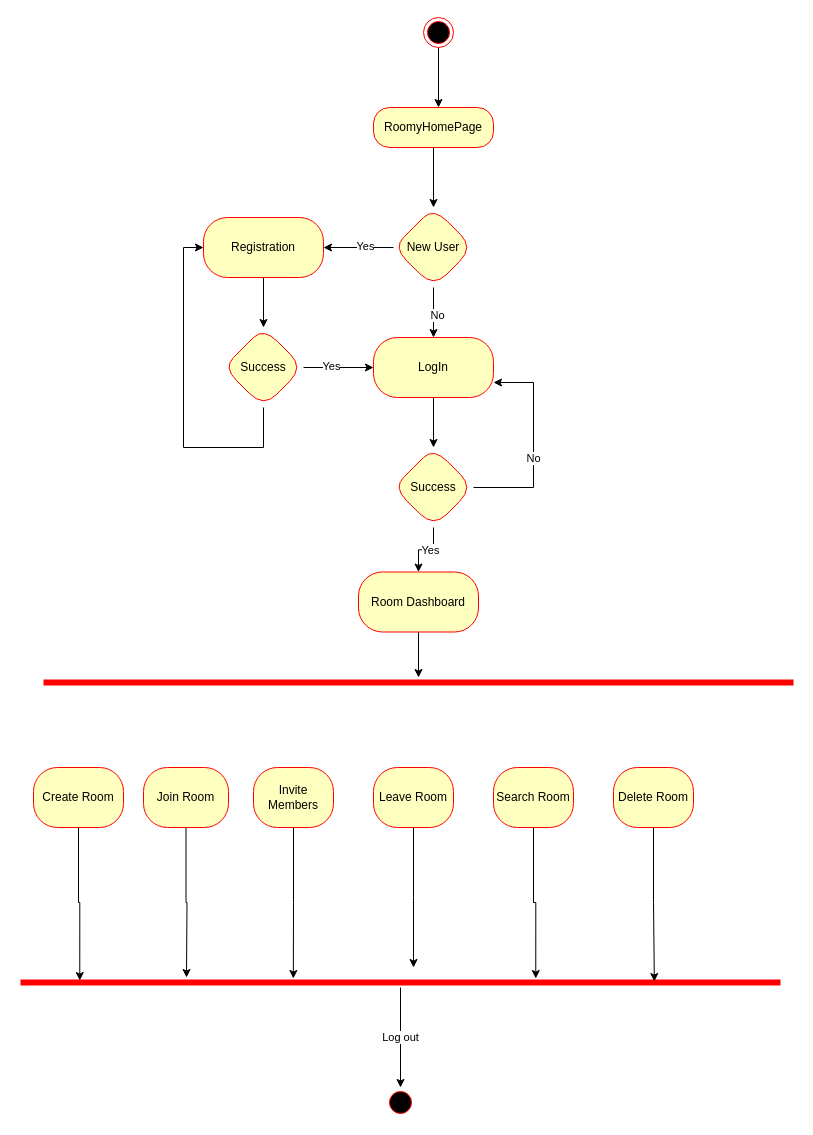
Mharis64/Software-Design-and-Architecture keeps this draw.io diagram as Activity diagram.drawio. Above is the earlier version. Source tidied: cells renumbered, new cells numbered last; positions are measured from the earlier drawing's top-left corner, leaving out a move shared by most shapes. Both pictures are drawn from the tidied source at 100%, with x=0, y=0 at pixel (20, 17).
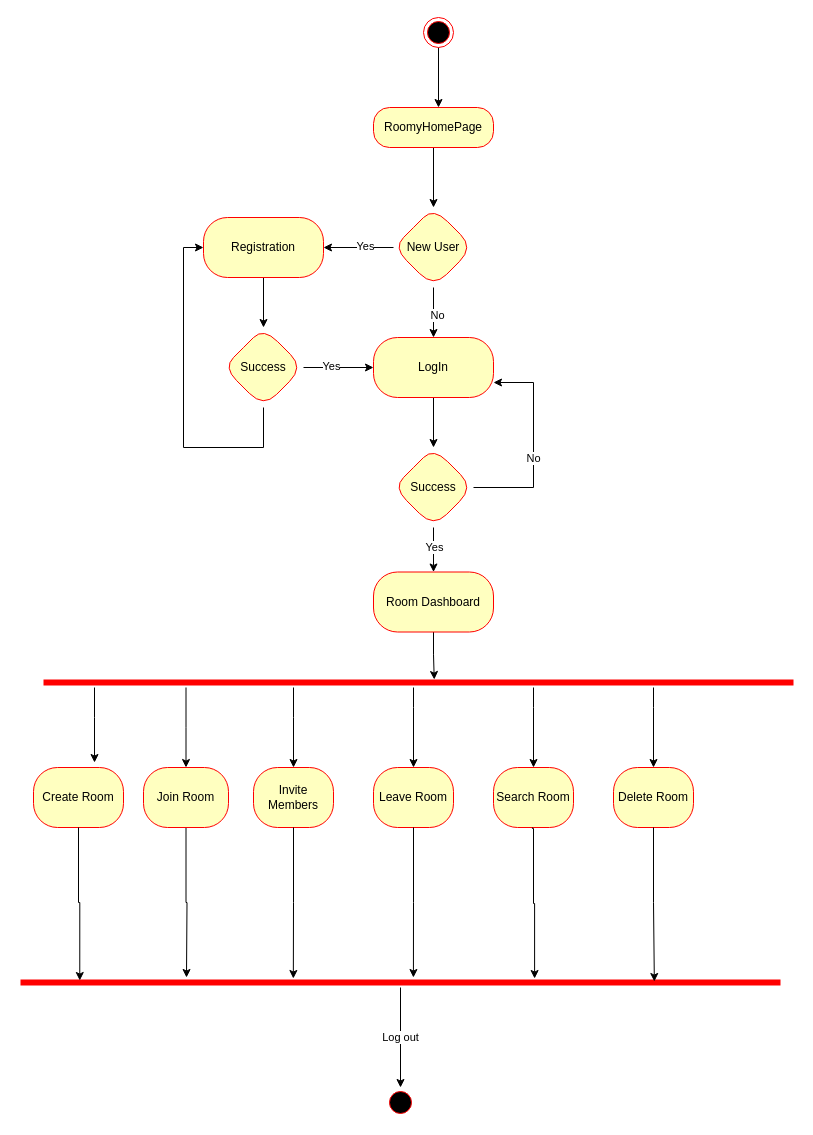
Above is the later version.

The change refers to these unchanged cells:
```xml
<mxCell id="24" style="shape=line;html=1;strokeWidth=6;strokeColor=#ff0000;" parent="1" vertex="1">
  <mxGeometry x="23" y="660" width="750" height="10" as="geometry" />
</mxCell>
<mxCell id="25" value="Create Room" style="whiteSpace=wrap;html=1;fillColor=#ffffc0;strokeColor=#ff0000;fontColor=#000000;rounded=1;arcSize=40;" parent="1" vertex="1">
  <mxGeometry x="13" y="750" width="90" height="60" as="geometry" />
</mxCell>
<mxCell id="27" value="Join Room" style="whiteSpace=wrap;html=1;fillColor=#ffffc0;strokeColor=#ff0000;fontColor=#000000;rounded=1;arcSize=40;" parent="1" vertex="1">
  <mxGeometry x="123" y="750" width="85" height="60" as="geometry" />
</mxCell>
<mxCell id="28" value="Delete Room" style="whiteSpace=wrap;html=1;fillColor=#ffffc0;strokeColor=#ff0000;fontColor=#000000;rounded=1;arcSize=40;" parent="1" vertex="1">
  <mxGeometry x="593" y="750" width="80" height="60" as="geometry" />
</mxCell>
<mxCell id="29" value="Search Room" style="whiteSpace=wrap;html=1;fillColor=#ffffc0;strokeColor=#ff0000;fontColor=#000000;rounded=1;arcSize=40;" parent="1" vertex="1">
  <mxGeometry x="473" y="750" width="80" height="60" as="geometry" />
</mxCell>
<mxCell id="30" value="Leave Room" style="whiteSpace=wrap;html=1;fillColor=#ffffc0;strokeColor=#ff0000;fontColor=#000000;rounded=1;arcSize=40;" parent="1" vertex="1">
  <mxGeometry x="353" y="750" width="80" height="60" as="geometry" />
</mxCell>
<mxCell id="31" value="Invite Members" style="whiteSpace=wrap;html=1;fillColor=#ffffc0;strokeColor=#ff0000;fontColor=#000000;rounded=1;arcSize=40;" parent="1" vertex="1">
  <mxGeometry x="233" y="750" width="80" height="60" as="geometry" />
</mxCell>
<mxCell id="34" style="shape=line;html=1;strokeWidth=6;strokeColor=#ff0000;" parent="1" vertex="1">
  <mxGeometry y="960" width="760" height="10" as="geometry" />
</mxCell>
```

Diff of the diagram source:
```diff
@@
-    <mxCell id="22" style="edgeStyle=orthogonalEdgeStyle;rounded=0;jettySize=auto;html=1;" parent="1" edge="1" source="23" target="24">
+    <mxCell id="22" style="edgeStyle=orthogonalEdgeStyle;rounded=0;jettySize=auto;html=1;entryX=0.521;entryY=0.2;entryDx=0;entryDy=0;entryPerimeter=0;" parent="1" edge="1" source="23" target="24">
       <mxGeometry relative="1" as="geometry" />
     </mxCell>
     <mxCell id="23" value="Room Dashboard" style="whiteSpace=wrap;html=1;fillColor=#ffffc0;strokeColor=#ff0000;fontColor=#000000;rounded=1;arcSize=40;" parent="1" vertex="1">
-      <mxGeometry x="338" y="554.5" width="120" height="60" as="geometry" />
+      <mxGeometry x="353" y="554.5" width="120" height="60" as="geometry" />
     </mxCell>
+    <mxCell id="42" style="edgeStyle=orthogonalEdgeStyle;rounded=0;jettySize=auto;html=1;entryX=0.5;entryY=0;entryDx=0;entryDy=0;" parent="1" edge="1" source="24" target="28">
+      <mxGeometry relative="1" as="geometry">
+        <Array as="points">
+          <mxPoint x="633" y="690" />
+          <mxPoint x="633" y="690" />
+        </Array>
+      </mxGeometry>
+    </mxCell>
+    <mxCell id="43" style="edgeStyle=orthogonalEdgeStyle;rounded=0;jettySize=auto;html=1;entryX=0.5;entryY=0;entryDx=0;entryDy=0;" parent="1" edge="1" source="24" target="27">
+      <mxGeometry relative="1" as="geometry">
+        <Array as="points">
+          <mxPoint x="166" y="710" />
+        </Array>
+      </mxGeometry>
+    </mxCell>
+    <mxCell id="44" style="edgeStyle=orthogonalEdgeStyle;rounded=0;jettySize=auto;html=1;entryX=0.5;entryY=0;entryDx=0;entryDy=0;" parent="1" edge="1" source="24" target="29">
+      <mxGeometry relative="1" as="geometry">
+        <Array as="points">
+          <mxPoint x="513" y="690" />
+          <mxPoint x="513" y="690" />
+        </Array>
+      </mxGeometry>
+    </mxCell>
+    <mxCell id="45" style="edgeStyle=orthogonalEdgeStyle;rounded=0;jettySize=auto;html=1;entryX=0.5;entryY=0;entryDx=0;entryDy=0;" parent="1" edge="1" source="24" target="31">
+      <mxGeometry relative="1" as="geometry">
+        <Array as="points">
+          <mxPoint x="273" y="700" />
+          <mxPoint x="273" y="700" />
+        </Array>
+      </mxGeometry>
+    </mxCell>
+    <mxCell id="46" style="edgeStyle=orthogonalEdgeStyle;rounded=0;jettySize=auto;html=1;entryX=0.5;entryY=0;entryDx=0;entryDy=0;" parent="1" edge="1" source="24" target="30">
+      <mxGeometry relative="1" as="geometry">
+        <Array as="points">
+          <mxPoint x="393" y="690" />
+          <mxPoint x="393" y="690" />
+        </Array>
+      </mxGeometry>
+    </mxCell>
@@
-    <mxCell id="37" style="edgeStyle=orthogonalEdgeStyle;rounded=0;jettySize=auto;html=1;" parent="1" edge="1" source="30">
-      <mxGeometry relative="1" as="geometry">
-        <mxPoint x="393" y="950" as="targetPoint" />
-      </mxGeometry>
+    <mxCell id="37" style="edgeStyle=orthogonalEdgeStyle;rounded=0;jettySize=auto;html=1;entryX=0.517;entryY=0;entryDx=0;entryDy=0;entryPerimeter=0;" parent="1" edge="1" source="30" target="34">
+      <mxGeometry relative="1" as="geometry" />
     </mxCell>
-    <mxCell id="38" style="edgeStyle=orthogonalEdgeStyle;rounded=0;jettySize=auto;html=1;entryX=0.678;entryY=0.1;entryDx=0;entryDy=0;entryPerimeter=0;" parent="1" edge="1" source="29" target="34">
-      <mxGeometry relative="1" as="geometry" />
+    <mxCell id="38" style="edgeStyle=orthogonalEdgeStyle;rounded=0;orthogonalLoop=1;jettySize=auto;html=1;entryX=0.678;entryY=0.1;entryDx=0;entryDy=0;entryPerimeter=0;" parent="1" edge="1">
+      <mxGeometry relative="1" as="geometry">
+        <mxPoint x="511.9" y="810" as="sourcePoint" />
+        <mxPoint x="514.1" y="961" as="targetPoint" />
+        <Array as="points">
+          <mxPoint x="512" y="811" />
+          <mxPoint x="513" y="811" />
+          <mxPoint x="513" y="886" />
+          <mxPoint x="514" y="886" />
+        </Array>
+      </mxGeometry>
     </mxCell>
@@
+    <mxCell id="47" style="edgeStyle=orthogonalEdgeStyle;rounded=0;jettySize=auto;html=1;entryX=0.678;entryY=-0.083;entryDx=0;entryDy=0;entryPerimeter=0;" parent="1" edge="1" source="24" target="25">
+      <mxGeometry relative="1" as="geometry">
+        <Array as="points">
+          <mxPoint x="74" y="700" />
+          <mxPoint x="74" y="700" />
+        </Array>
+      </mxGeometry>
+    </mxCell>
```
